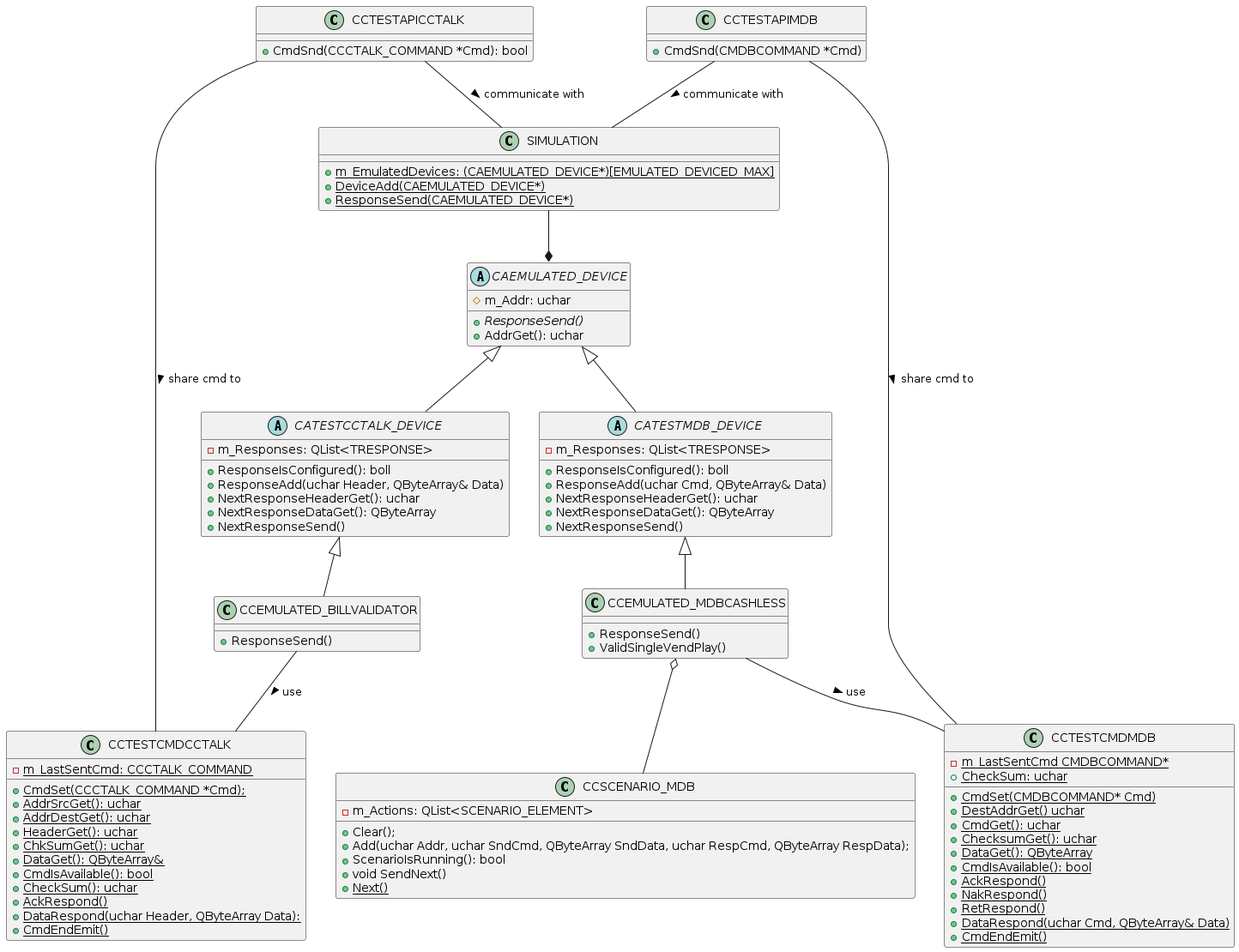
The PlantUML diagram graphs/simulation.png in drfailer/rapport-stage-zz2, before a commit. The source it was exported from:
```plantuml
@startuml

class SIMULATION {
  +{static} m_EmulatedDevices: (CAEMULATED_DEVICE*)[EMULATED_DEVICED_MAX]
  +{static} DeviceAdd(CAEMULATED_DEVICE*)
  +{static} ResponseSend(CAEMULATED_DEVICE*)
}

SIMULATION --* CAEMULATED_DEVICE

abstract class CAEMULATED_DEVICE {
  #m_Addr: uchar
  +{abstract} ResponseSend()
  +AddrGet(): uchar
}

CAEMULATED_DEVICE <|-- CATESTCCTALK_DEVICE
abstract class CATESTCCTALK_DEVICE {
  -m_Responses: QList<TRESPONSE>
  +ResponseIsConfigured(): boll
  +ResponseAdd(uchar Header, QByteArray& Data)
  +NextResponseHeaderGet(): uchar
  +NextResponseDataGet(): QByteArray
  +NextResponseSend()
}

CATESTCCTALK_DEVICE <|-- CCEMULATED_BILLVALIDATOR
class CCEMULATED_BILLVALIDATOR {
  +ResponseSend()
}

class CCTESTCMDCCTALK {
  -{static} m_LastSentCmd: CCCTALK_COMMAND
  +{static} CmdSet(CCCTALK_COMMAND *Cmd);
  +{static} AddrSrcGet(): uchar
  +{static} AddrDestGet(): uchar
  +{static} HeaderGet(): uchar
  +{static} ChkSumGet(): uchar
  +{static} DataGet(): QByteArray&
  +{static} CmdIsAvailable(): bool
  +{static} CheckSum(): uchar
  +{static} AckRespond()
  +{static} DataRespond(uchar Header, QByteArray Data):
  +{static} CmdEndEmit()
}
CCEMULATED_BILLVALIDATOR -- CCTESTCMDCCTALK : use >
CCTESTAPICCTALK -- CCTESTCMDCCTALK : share cmd to >
CCTESTAPICCTALK -- SIMULATION : communicate with >

class CCTESTAPICCTALK {
  +CmdSnd(CCCTALK_COMMAND *Cmd): bool
}

abstract class CATESTMDB_DEVICE {
  -m_Responses: QList<TRESPONSE>
  +ResponseIsConfigured(): boll
  +ResponseAdd(uchar Cmd, QByteArray& Data)
  +NextResponseHeaderGet(): uchar
  +NextResponseDataGet(): QByteArray
  +NextResponseSend()
}

CAEMULATED_DEVICE <|-- CATESTMDB_DEVICE
CATESTMDB_DEVICE <|-- CCEMULATED_MDBCASHLESS
CCEMULATED_MDBCASHLESS o-- CCSCENARIO_MDB

class CCEMULATED_MDBCASHLESS {
  +ResponseSend()
  +ValidSingleVendPlay()
}

CCEMULATED_MDBCASHLESS -- CCTESTCMDMDB : use >
CCTESTAPIMDB -- CCTESTCMDMDB : share cmd to >
CCTESTAPIMDB -- SIMULATION : communicate with >

class CCTESTCMDMDB {
  -{static} m_LastSentCmd CMDBCOMMAND*
  +{static} CmdSet(CMDBCOMMAND* Cmd)
  +{static} DestAddrGet() uchar
  +{static} CmdGet(): uchar
  +{static} ChecksumGet(): uchar
  +{static} DataGet(): QByteArray
  +{static} CmdIsAvailable(): bool
  +{static} CheckSum: uchar
  +{static} AckRespond()
  +{static} NakRespond()
  +{static} RetRespond()
  +{static} DataRespond(uchar Cmd, QByteArray& Data)
  +{static} CmdEndEmit()
}

class CCTESTAPIMDB {
  +CmdSnd(CMDBCOMMAND *Cmd)
}

class CCSCENARIO_MDB {
  -m_Actions: QList<SCENARIO_ELEMENT>
  +Clear();
  +Add(uchar Addr, uchar SndCmd, QByteArray SndData, uchar RespCmd, QByteArray RespData);
  +ScenarioIsRunning(): bool
  +void SendNext()
  +{static} Next()
}
@enduml
```
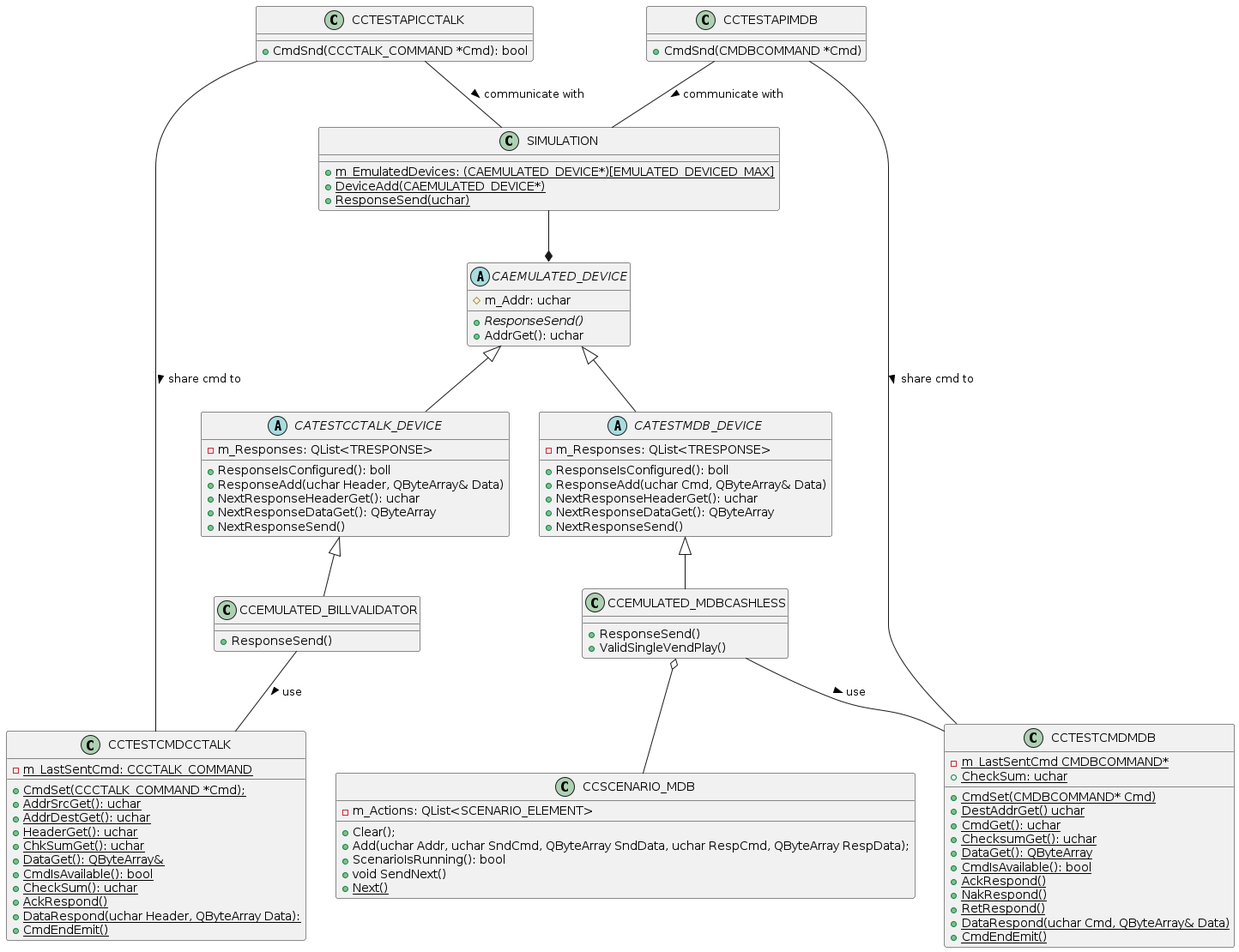
Above is the later version.

Commit message:
présentation des diagrammes de classe

The edit, as a diff of the source:
```diff
@@ -3,7 +3,7 @@
 class SIMULATION {
   +{static} m_EmulatedDevices: (CAEMULATED_DEVICE*)[EMULATED_DEVICED_MAX]
   +{static} DeviceAdd(CAEMULATED_DEVICE*)
-  +{static} ResponseSend(CAEMULATED_DEVICE*)
+  +{static} ResponseSend(uchar)
 }
 
 SIMULATION --* CAEMULATED_DEVICE
```
